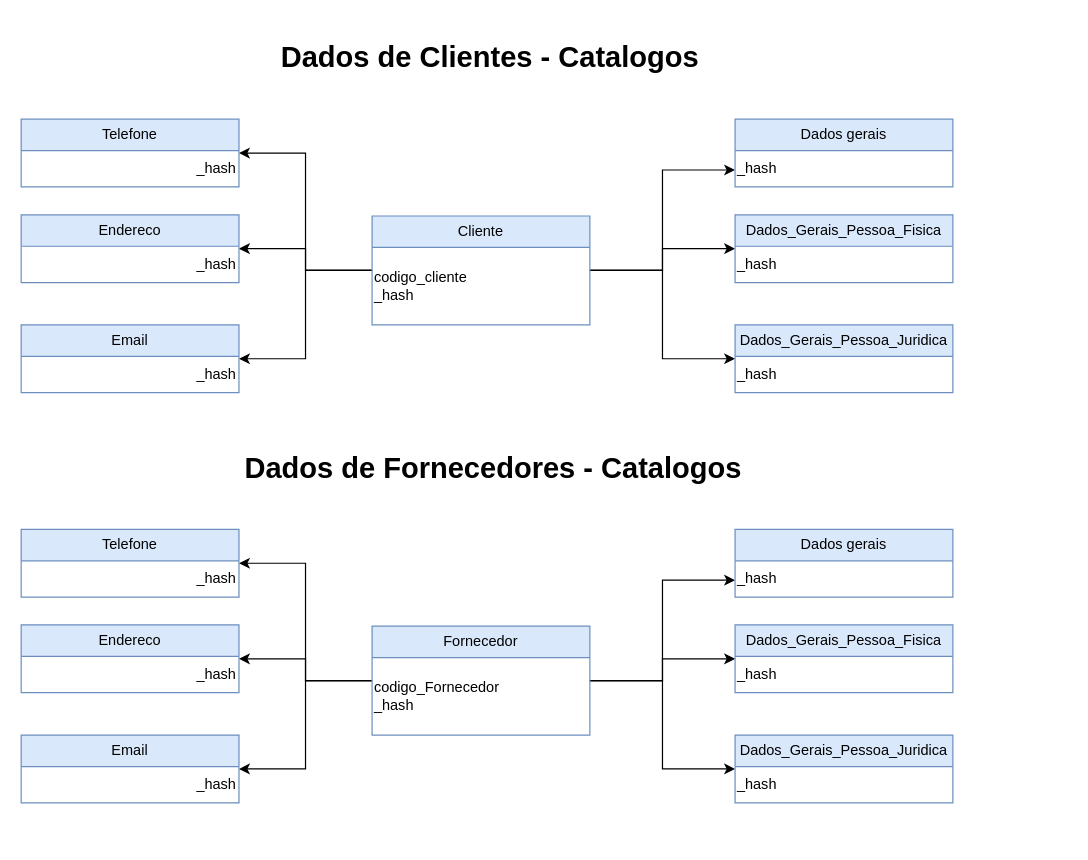
Before: Diagrama sem nome.drawio in fabiomoraeslima/django-projeto1, a draw.io diagram. Source tidied: cells renumbered, new cells numbered last; positions are measured from the earlier drawing's top-left corner, leaving out a move shared by most shapes. Both pictures are drawn from the tidied source at 121%, with x=0, y=0 at pixel (21, 33).
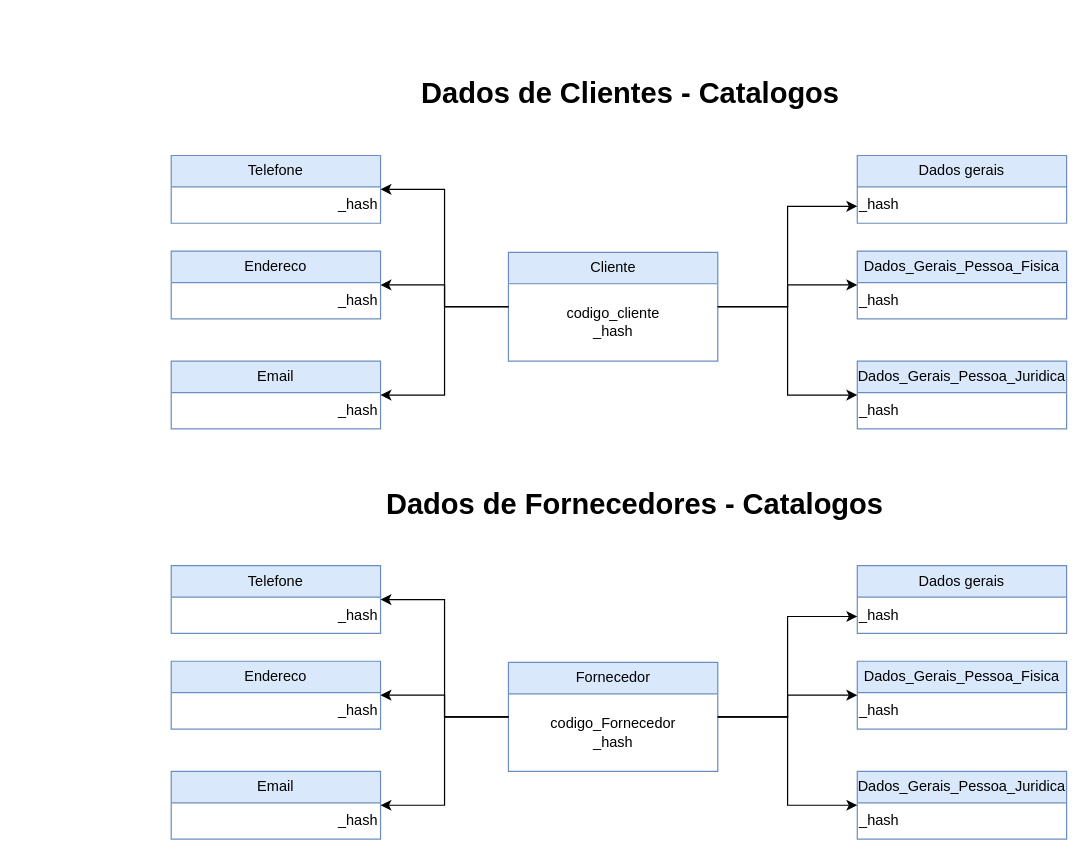
Above is the later version.

Commit message:
Cliente_Fornecedor

The edit, as a diff of the source:
```diff
@@
-    <mxCell id="2" style="edgeStyle=orthogonalEdgeStyle;rounded=0;jettySize=auto;html=1;entryX=1;entryY=0.5;entryDx=0;entryDy=0;" parent="1" edge="1" source="8" target="20">
-      <mxGeometry relative="1" as="geometry" />
-    </mxCell>
-    <mxCell id="3" style="edgeStyle=orthogonalEdgeStyle;rounded=0;jettySize=auto;html=1;entryX=1;entryY=0.5;entryDx=0;entryDy=0;" parent="1" edge="1" source="8" target="18">
-      <mxGeometry relative="1" as="geometry" />
-    </mxCell>
-    <mxCell id="4" style="edgeStyle=orthogonalEdgeStyle;rounded=0;jettySize=auto;html=1;entryX=1;entryY=0.5;entryDx=0;entryDy=0;" parent="1" edge="1" source="8" target="16">
-      <mxGeometry relative="1" as="geometry" />
-    </mxCell>
-    <mxCell id="5" style="edgeStyle=orthogonalEdgeStyle;rounded=0;jettySize=auto;html=1;entryX=0;entryY=0.5;entryDx=0;entryDy=0;" parent="1" edge="1" source="8" target="12">
-      <mxGeometry relative="1" as="geometry" />
-    </mxCell>
-    <mxCell id="6" style="edgeStyle=orthogonalEdgeStyle;rounded=0;jettySize=auto;html=1;entryX=0;entryY=0.75;entryDx=0;entryDy=0;" parent="1" edge="1" source="8" target="10">
-      <mxGeometry relative="1" as="geometry" />
-    </mxCell>
-    <mxCell id="7" style="edgeStyle=orthogonalEdgeStyle;rounded=0;jettySize=auto;html=1;entryX=0;entryY=0.5;entryDx=0;entryDy=0;" parent="1" edge="1" source="8" target="14">
-      <mxGeometry relative="1" as="geometry" />
-    </mxCell>
+    <mxCell id="44" style="group;" parent="1" vertex="1">
+      <mxGeometry x="124" y="30" width="740" height="636" as="geometry" />
+    </mxCell>
-    <mxCell id="8" value="Cliente" style="swimlane;fontStyle=0;horizontal=1;startSize=26;fillColor=#dae8fc;whiteSpace=wrap;html=1;strokeColor=#6c8ebf;" parent="1" vertex="1">
-      <mxGeometry x="290" y="151" width="180" height="90" as="geometry" />
+    <mxCell id="8" value="Cliente" style="swimlane;fontStyle=0;horizontal=1;startSize=26;fillColor=#dae8fc;whiteSpace=wrap;html=1;strokeColor=#6c8ebf;" parent="44" vertex="1">
+      <mxGeometry x="278.7" y="151" width="173" height="90" as="geometry" />
     </mxCell>
-    <mxCell id="9" value="codigo_cliente&lt;div&gt;_hash&lt;/div&gt;" style="text;html=1;align=left;verticalAlign=middle;whiteSpace=wrap;rounded=0;" parent="8" vertex="1">
-      <mxGeometry y="26" width="180" height="64" as="geometry" />
+    <mxCell id="9" value="codigo_cliente&lt;div&gt;_hash&lt;/div&gt;" style="text;html=1;align=center;verticalAlign=middle;whiteSpace=wrap;rounded=0;" parent="8" vertex="1">
+      <mxGeometry y="26" width="173" height="64" as="geometry" />
     </mxCell>
-    <mxCell id="10" value="Dados gerais" style="swimlane;fontStyle=0;horizontal=1;startSize=26;fillColor=#dae8fc;whiteSpace=wrap;html=1;strokeColor=#6c8ebf;strokeWidth=1;arcSize=20;" parent="1" vertex="1">
-      <mxGeometry x="590" y="71" width="180" height="56" as="geometry" />
+    <mxCell id="10" value="Dados gerais" style="swimlane;fontStyle=0;horizontal=1;startSize=26;fillColor=#dae8fc;whiteSpace=wrap;html=1;strokeColor=#6c8ebf;strokeWidth=1;arcSize=20;" parent="44" vertex="1">
+      <mxGeometry x="567" y="71" width="173" height="56" as="geometry" />
     </mxCell>
     <mxCell id="11" value="&lt;div&gt;_hash&lt;/div&gt;" style="text;html=1;align=left;verticalAlign=middle;whiteSpace=wrap;rounded=0;" parent="10" vertex="1">
-      <mxGeometry y="26" width="180" height="30" as="geometry" />
+      <mxGeometry y="26" width="173" height="30" as="geometry" />
     </mxCell>
+    <mxCell id="6" style="edgeStyle=orthogonalEdgeStyle;rounded=0;jettySize=auto;html=1;entryX=0;entryY=0.75;entryDx=0;entryDy=0;" parent="44" edge="1" source="8" target="10">
+      <mxGeometry relative="1" as="geometry" />
+    </mxCell>
-    <mxCell id="12" value="Dados_Gerais_Pessoa_Fisica" style="swimlane;fontStyle=0;horizontal=1;startSize=26;fillColor=#dae8fc;whiteSpace=wrap;html=1;strokeColor=#6c8ebf;" parent="1" vertex="1">
-      <mxGeometry x="590" y="150" width="180" height="56" as="geometry" />
+    <mxCell id="12" value="Dados_Gerais_Pessoa_Fisica" style="swimlane;fontStyle=0;horizontal=1;startSize=26;fillColor=#dae8fc;whiteSpace=wrap;html=1;strokeColor=#6c8ebf;" parent="44" vertex="1">
+      <mxGeometry x="567" y="150" width="173" height="56" as="geometry" />
     </mxCell>
     <mxCell id="13" value="&lt;div&gt;_hash&lt;/div&gt;" style="text;html=1;align=left;verticalAlign=middle;whiteSpace=wrap;rounded=0;" parent="12" vertex="1">
-      <mxGeometry y="26" width="180" height="30" as="geometry" />
+      <mxGeometry y="26" width="173" height="30" as="geometry" />
     </mxCell>
+    <mxCell id="5" style="edgeStyle=orthogonalEdgeStyle;rounded=0;jettySize=auto;html=1;entryX=0;entryY=0.5;entryDx=0;entryDy=0;" parent="44" edge="1" source="8" target="12">
+      <mxGeometry relative="1" as="geometry" />
+    </mxCell>
-    <mxCell id="14" value="Dados_Gerais_Pessoa_Juridica" style="swimlane;fontStyle=0;horizontal=1;startSize=26;fillColor=#dae8fc;whiteSpace=wrap;html=1;strokeColor=#6c8ebf;" parent="1" vertex="1">
-      <mxGeometry x="590" y="241" width="180" height="56" as="geometry" />
+    <mxCell id="14" value="Dados_Gerais_Pessoa_Juridica" style="swimlane;fontStyle=0;horizontal=1;startSize=26;fillColor=#dae8fc;whiteSpace=wrap;html=1;strokeColor=#6c8ebf;" parent="44" vertex="1">
+      <mxGeometry x="567" y="241" width="173" height="56" as="geometry" />
     </mxCell>
     <mxCell id="15" value="&lt;div&gt;_hash&lt;/div&gt;" style="text;html=1;align=left;verticalAlign=middle;whiteSpace=wrap;rounded=0;" parent="14" vertex="1">
-      <mxGeometry y="26" width="180" height="30" as="geometry" />
+      <mxGeometry y="26" width="173" height="30" as="geometry" />
     </mxCell>
+    <mxCell id="7" style="edgeStyle=orthogonalEdgeStyle;rounded=0;jettySize=auto;html=1;entryX=0;entryY=0.5;entryDx=0;entryDy=0;" parent="44" edge="1" source="8" target="14">
+      <mxGeometry relative="1" as="geometry" />
+    </mxCell>
-    <mxCell id="16" value="Email" style="swimlane;fontStyle=0;horizontal=1;startSize=26;fillColor=#dae8fc;whiteSpace=wrap;html=1;strokeColor=#6c8ebf;" parent="1" vertex="1">
-      <mxGeometry y="241" width="180" height="56" as="geometry" />
+    <mxCell id="16" value="Email" style="swimlane;fontStyle=0;horizontal=1;startSize=26;fillColor=#dae8fc;whiteSpace=wrap;html=1;strokeColor=#6c8ebf;" parent="44" vertex="1">
+      <mxGeometry y="241" width="173" height="56" as="geometry" />
     </mxCell>
     <mxCell id="17" value="&lt;div&gt;_hash&lt;/div&gt;" style="text;html=1;align=right;verticalAlign=middle;whiteSpace=wrap;rounded=0;" parent="16" vertex="1">
-      <mxGeometry y="26" width="180" height="30" as="geometry" />
+      <mxGeometry y="26" width="173" height="30" as="geometry" />
     </mxCell>
+    <mxCell id="4" style="edgeStyle=orthogonalEdgeStyle;rounded=0;jettySize=auto;html=1;entryX=1;entryY=0.5;entryDx=0;entryDy=0;" parent="44" edge="1" source="8" target="16">
+      <mxGeometry relative="1" as="geometry" />
+    </mxCell>
-    <mxCell id="18" value="Endereco" style="swimlane;fontStyle=0;horizontal=1;startSize=26;fillColor=#dae8fc;whiteSpace=wrap;html=1;strokeColor=#6c8ebf;" parent="1" vertex="1">
-      <mxGeometry y="150" width="180" height="56" as="geometry" />
+    <mxCell id="18" value="Endereco" style="swimlane;fontStyle=0;horizontal=1;startSize=26;fillColor=#dae8fc;whiteSpace=wrap;html=1;strokeColor=#6c8ebf;" parent="44" vertex="1">
+      <mxGeometry y="150" width="173" height="56" as="geometry" />
     </mxCell>
     <mxCell id="19" value="&lt;div&gt;_hash&lt;/div&gt;" style="text;html=1;align=right;verticalAlign=middle;whiteSpace=wrap;rounded=0;" parent="18" vertex="1">
-      <mxGeometry y="26" width="180" height="30" as="geometry" />
+      <mxGeometry y="26" width="173" height="30" as="geometry" />
     </mxCell>
+    <mxCell id="3" style="edgeStyle=orthogonalEdgeStyle;rounded=0;jettySize=auto;html=1;entryX=1;entryY=0.5;entryDx=0;entryDy=0;" parent="44" edge="1" source="8" target="18">
+      <mxGeometry relative="1" as="geometry" />
+    </mxCell>
-    <mxCell id="20" value="Telefone" style="swimlane;fontStyle=0;horizontal=1;startSize=26;fillColor=#dae8fc;whiteSpace=wrap;html=1;strokeColor=#6c8ebf;" parent="1" vertex="1">
-      <mxGeometry y="71" width="180" height="56" as="geometry" />
+    <mxCell id="20" value="Telefone" style="swimlane;fontStyle=0;horizontal=1;startSize=26;fillColor=#dae8fc;whiteSpace=wrap;html=1;strokeColor=#6c8ebf;" parent="44" vertex="1">
+      <mxGeometry y="71" width="173" height="56" as="geometry" />
     </mxCell>
     <mxCell id="21" value="&lt;div&gt;_hash&lt;/div&gt;" style="text;html=1;align=right;verticalAlign=middle;whiteSpace=wrap;rounded=0;" parent="20" vertex="1">
-      <mxGeometry y="26" width="180" height="30" as="geometry" />
+      <mxGeometry y="26" width="173" height="30" as="geometry" />
     </mxCell>
+    <mxCell id="2" style="edgeStyle=orthogonalEdgeStyle;rounded=0;jettySize=auto;html=1;entryX=1;entryY=0.5;entryDx=0;entryDy=0;" parent="44" edge="1" source="8" target="20">
+      <mxGeometry relative="1" as="geometry" />
+    </mxCell>
-    <mxCell id="22" value="&lt;h1&gt;Dados de Clientes - Catalogos&lt;/h1&gt;" style="text;html=1;spacing=5;spacingTop=-20;whiteSpace=wrap;overflow=hidden;rounded=0;" parent="1" vertex="1">
-      <mxGeometry x="210" width="390" height="50" as="geometry" />
+    <mxCell id="22" value="&lt;h1&gt;Dados de Clientes - Catalogos&lt;/h1&gt;" style="text;html=1;spacing=5;spacingTop=-20;whiteSpace=wrap;overflow=hidden;rounded=0;" parent="44" vertex="1">
+      <mxGeometry x="201.8" width="374.8" height="50" as="geometry" />
     </mxCell>
-    <mxCell id="23" value="&lt;h1&gt;Dados de Fornecedores - Catalogos&lt;/h1&gt;" style="text;html=1;spacing=5;spacingTop=-20;whiteSpace=wrap;overflow=hidden;rounded=0;" parent="1" vertex="1">
-      <mxGeometry x="180" y="340" width="450" height="50" as="geometry" />
+    <mxCell id="23" value="&lt;h1&gt;Dados de Fornecedores - Catalogos&lt;/h1&gt;" style="text;html=1;spacing=5;spacingTop=-20;whiteSpace=wrap;overflow=hidden;rounded=0;" parent="44" vertex="1">
+      <mxGeometry x="173" y="340" width="432.5" height="50" as="geometry" />
     </mxCell>
-    <mxCell id="24" style="edgeStyle=orthogonalEdgeStyle;rounded=0;jettySize=auto;html=1;entryX=1;entryY=0.5;entryDx=0;entryDy=0;" parent="1" edge="1" source="30" target="42">
-      <mxGeometry relative="1" as="geometry" />
-    </mxCell>
-    <mxCell id="25" style="edgeStyle=orthogonalEdgeStyle;rounded=0;jettySize=auto;html=1;entryX=1;entryY=0.5;entryDx=0;entryDy=0;" parent="1" edge="1" source="30" target="40">
-      <mxGeometry relative="1" as="geometry" />
-    </mxCell>
-    <mxCell id="26" style="edgeStyle=orthogonalEdgeStyle;rounded=0;jettySize=auto;html=1;entryX=1;entryY=0.5;entryDx=0;entryDy=0;" parent="1" edge="1" source="30" target="38">
-      <mxGeometry relative="1" as="geometry" />
-    </mxCell>
-    <mxCell id="27" style="edgeStyle=orthogonalEdgeStyle;rounded=0;jettySize=auto;html=1;entryX=0;entryY=0.5;entryDx=0;entryDy=0;" parent="1" edge="1" source="30" target="34">
-      <mxGeometry relative="1" as="geometry" />
-    </mxCell>
-    <mxCell id="28" style="edgeStyle=orthogonalEdgeStyle;rounded=0;jettySize=auto;html=1;entryX=0;entryY=0.75;entryDx=0;entryDy=0;" parent="1" edge="1" source="30" target="32">
-      <mxGeometry relative="1" as="geometry" />
-    </mxCell>
-    <mxCell id="29" style="edgeStyle=orthogonalEdgeStyle;rounded=0;jettySize=auto;html=1;entryX=0;entryY=0.5;entryDx=0;entryDy=0;" parent="1" edge="1" source="30" target="36">
-      <mxGeometry relative="1" as="geometry" />
-    </mxCell>
-    <mxCell id="30" value="Fornecedor" style="swimlane;fontStyle=0;horizontal=1;startSize=26;fillColor=#dae8fc;whiteSpace=wrap;html=1;strokeColor=#6c8ebf;" parent="1" vertex="1">
-      <mxGeometry x="290" y="490" width="180" height="90" as="geometry" />
+    <mxCell id="30" value="Fornecedor" style="swimlane;fontStyle=0;horizontal=1;startSize=26;fillColor=#dae8fc;whiteSpace=wrap;html=1;strokeColor=#6c8ebf;" parent="44" vertex="1">
+      <mxGeometry x="278.7" y="490" width="173" height="90" as="geometry" />
     </mxCell>
-    <mxCell id="31" value="codigo_Fornecedor&lt;div&gt;_hash&lt;/div&gt;" style="text;html=1;align=left;verticalAlign=middle;whiteSpace=wrap;rounded=0;" parent="30" vertex="1">
-      <mxGeometry y="26" width="180" height="64" as="geometry" />
+    <mxCell id="31" value="codigo_Fornecedor&lt;div&gt;_hash&lt;/div&gt;" style="text;html=1;align=center;verticalAlign=middle;whiteSpace=wrap;rounded=0;" parent="30" vertex="1">
+      <mxGeometry y="26" width="173" height="64" as="geometry" />
     </mxCell>
-    <mxCell id="32" value="Dados gerais" style="swimlane;fontStyle=0;horizontal=1;startSize=26;fillColor=#dae8fc;whiteSpace=wrap;html=1;strokeColor=#6c8ebf;strokeWidth=1;arcSize=20;" parent="1" vertex="1">
-      <mxGeometry x="590" y="410" width="180" height="56" as="geometry" />
+    <mxCell id="32" value="Dados gerais" style="swimlane;fontStyle=0;horizontal=1;startSize=26;fillColor=#dae8fc;whiteSpace=wrap;html=1;strokeColor=#6c8ebf;strokeWidth=1;arcSize=20;" parent="44" vertex="1">
+      <mxGeometry x="567" y="410" width="173" height="56" as="geometry" />
     </mxCell>
     <mxCell id="33" value="&lt;div&gt;_hash&lt;/div&gt;" style="text;html=1;align=left;verticalAlign=middle;whiteSpace=wrap;rounded=0;" parent="32" vertex="1">
-      <mxGeometry y="26" width="180" height="30" as="geometry" />
+      <mxGeometry y="26" width="173" height="30" as="geometry" />
     </mxCell>
+    <mxCell id="28" style="edgeStyle=orthogonalEdgeStyle;rounded=0;jettySize=auto;html=1;entryX=0;entryY=0.75;entryDx=0;entryDy=0;" parent="44" edge="1" source="30" target="32">
+      <mxGeometry relative="1" as="geometry" />
+    </mxCell>
-    <mxCell id="34" value="Dados_Gerais_Pessoa_Fisica" style="swimlane;fontStyle=0;horizontal=1;startSize=26;fillColor=#dae8fc;whiteSpace=wrap;html=1;strokeColor=#6c8ebf;" parent="1" vertex="1">
-      <mxGeometry x="590" y="489" width="180" height="56" as="geometry" />
+    <mxCell id="34" value="Dados_Gerais_Pessoa_Fisica" style="swimlane;fontStyle=0;horizontal=1;startSize=26;fillColor=#dae8fc;whiteSpace=wrap;html=1;strokeColor=#6c8ebf;" parent="44" vertex="1">
+      <mxGeometry x="567" y="489" width="173" height="56" as="geometry" />
     </mxCell>
     <mxCell id="35" value="&lt;div&gt;_hash&lt;/div&gt;" style="text;html=1;align=left;verticalAlign=middle;whiteSpace=wrap;rounded=0;" parent="34" vertex="1">
-      <mxGeometry y="26" width="180" height="30" as="geometry" />
+      <mxGeometry y="26" width="173" height="30" as="geometry" />
     </mxCell>
+    <mxCell id="27" style="edgeStyle=orthogonalEdgeStyle;rounded=0;jettySize=auto;html=1;entryX=0;entryY=0.5;entryDx=0;entryDy=0;" parent="44" edge="1" source="30" target="34">
+      <mxGeometry relative="1" as="geometry" />
+    </mxCell>
-    <mxCell id="36" value="Dados_Gerais_Pessoa_Juridica" style="swimlane;fontStyle=0;horizontal=1;startSize=26;fillColor=#dae8fc;whiteSpace=wrap;html=1;strokeColor=#6c8ebf;" parent="1" vertex="1">
-      <mxGeometry x="590" y="580" width="180" height="56" as="geometry" />
+    <mxCell id="36" value="Dados_Gerais_Pessoa_Juridica" style="swimlane;fontStyle=0;horizontal=1;startSize=26;fillColor=#dae8fc;whiteSpace=wrap;html=1;strokeColor=#6c8ebf;" parent="44" vertex="1">
+      <mxGeometry x="567" y="580" width="173" height="56" as="geometry" />
     </mxCell>
     <mxCell id="37" value="&lt;div&gt;_hash&lt;/div&gt;" style="text;html=1;align=left;verticalAlign=middle;whiteSpace=wrap;rounded=0;" parent="36" vertex="1">
-      <mxGeometry y="26" width="180" height="30" as="geometry" />
+      <mxGeometry y="26" width="173" height="30" as="geometry" />
     </mxCell>
+    <mxCell id="29" style="edgeStyle=orthogonalEdgeStyle;rounded=0;jettySize=auto;html=1;entryX=0;entryY=0.5;entryDx=0;entryDy=0;" parent="44" edge="1" source="30" target="36">
+      <mxGeometry relative="1" as="geometry" />
+    </mxCell>
-    <mxCell id="38" value="Email" style="swimlane;fontStyle=0;horizontal=1;startSize=26;fillColor=#dae8fc;whiteSpace=wrap;html=1;strokeColor=#6c8ebf;" parent="1" vertex="1">
-      <mxGeometry y="580" width="180" height="56" as="geometry" />
+    <mxCell id="38" value="Email" style="swimlane;fontStyle=0;horizontal=1;startSize=26;fillColor=#dae8fc;whiteSpace=wrap;html=1;strokeColor=#6c8ebf;" parent="44" vertex="1">
+      <mxGeometry y="580" width="173" height="56" as="geometry" />
     </mxCell>
     <mxCell id="39" value="&lt;div&gt;_hash&lt;/div&gt;" style="text;html=1;align=right;verticalAlign=middle;whiteSpace=wrap;rounded=0;" parent="38" vertex="1">
-      <mxGeometry y="26" width="180" height="30" as="geometry" />
+      <mxGeometry y="26" width="173" height="30" as="geometry" />
     </mxCell>
+    <mxCell id="26" style="edgeStyle=orthogonalEdgeStyle;rounded=0;jettySize=auto;html=1;entryX=1;entryY=0.5;entryDx=0;entryDy=0;" parent="44" edge="1" source="30" target="38">
+      <mxGeometry relative="1" as="geometry" />
+    </mxCell>
-    <mxCell id="40" value="Endereco" style="swimlane;fontStyle=0;horizontal=1;startSize=26;fillColor=#dae8fc;whiteSpace=wrap;html=1;strokeColor=#6c8ebf;" parent="1" vertex="1">
-      <mxGeometry y="489" width="180" height="56" as="geometry" />
+    <mxCell id="40" value="Endereco" style="swimlane;fontStyle=0;horizontal=1;startSize=26;fillColor=#dae8fc;whiteSpace=wrap;html=1;strokeColor=#6c8ebf;" parent="44" vertex="1">
+      <mxGeometry y="489" width="173" height="56" as="geometry" />
     </mxCell>
     <mxCell id="41" value="&lt;div&gt;_hash&lt;/div&gt;" style="text;html=1;align=right;verticalAlign=middle;whiteSpace=wrap;rounded=0;" parent="40" vertex="1">
-      <mxGeometry y="26" width="180" height="30" as="geometry" />
+      <mxGeometry y="26" width="173" height="30" as="geometry" />
     </mxCell>
+    <mxCell id="25" style="edgeStyle=orthogonalEdgeStyle;rounded=0;jettySize=auto;html=1;entryX=1;entryY=0.5;entryDx=0;entryDy=0;" parent="44" edge="1" source="30" target="40">
+      <mxGeometry relative="1" as="geometry" />
+    </mxCell>
-    <mxCell id="42" value="Telefone" style="swimlane;fontStyle=0;horizontal=1;startSize=26;fillColor=#dae8fc;whiteSpace=wrap;html=1;strokeColor=#6c8ebf;" parent="1" vertex="1">
-      <mxGeometry y="410" width="180" height="56" as="geometry" />
+    <mxCell id="42" value="Telefone" style="swimlane;fontStyle=0;horizontal=1;startSize=26;fillColor=#dae8fc;whiteSpace=wrap;html=1;strokeColor=#6c8ebf;" parent="44" vertex="1">
+      <mxGeometry y="410" width="173" height="56" as="geometry" />
     </mxCell>
     <mxCell id="43" value="&lt;div&gt;_hash&lt;/div&gt;" style="text;html=1;align=right;verticalAlign=middle;whiteSpace=wrap;rounded=0;" parent="42" vertex="1">
-      <mxGeometry y="26" width="180" height="30" as="geometry" />
+      <mxGeometry y="26" width="173" height="30" as="geometry" />
     </mxCell>
+    <mxCell id="24" style="edgeStyle=orthogonalEdgeStyle;rounded=0;jettySize=auto;html=1;entryX=1;entryY=0.5;entryDx=0;entryDy=0;" parent="44" edge="1" source="30" target="42">
+      <mxGeometry relative="1" as="geometry" />
+    </mxCell>
```
